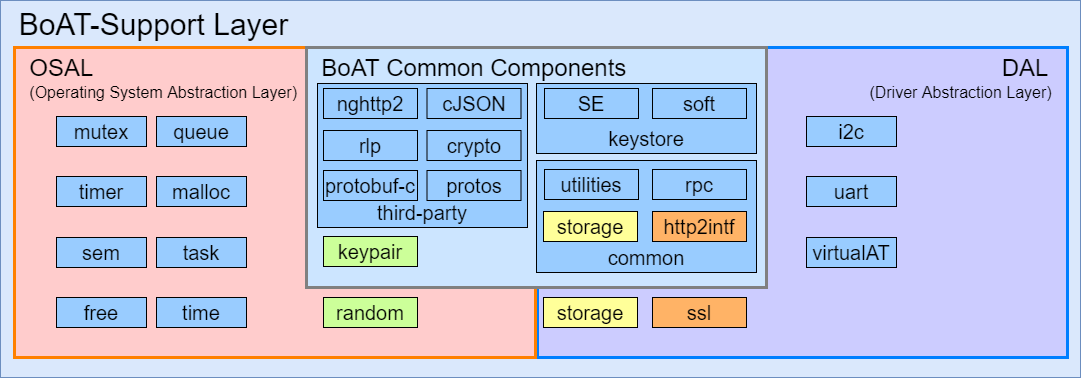
Above: docs/images/BoAT_Overall_Design_cn-F4-10-BoAT-SupportLayer.png in phengao/hello-world (draw.io), before the change. Source tidied: cells renumbered, new cells last; positions are measured from the earlier drawing's top-left corner, leaving out a move shared by most shapes. The source it was exported from:
```xml
<mxGraphModel>
  <root>
    <mxCell id="0" />
    <mxCell id="1" parent="0" />
    <mxCell id="2" value="&amp;nbsp; BoAT-Support Layer" style="rounded=0;whiteSpace=wrap;html=1;rotation=0;fillColor=#dae8fc;strokeColor=#6c8ebf;verticalAlign=top;fontSize=30;align=left;" parent="1" vertex="1">
      <mxGeometry width="1080" height="377" as="geometry" />
    </mxCell>
    <mxCell id="3" value="mutex" style="rounded=0;whiteSpace=wrap;html=1;fillColor=#99CCFF;align=center;fontSize=20;" parent="1" vertex="1">
      <mxGeometry x="56" y="116" width="90" height="30" as="geometry" />
    </mxCell>
    <mxCell id="4" value="queue" style="rounded=0;whiteSpace=wrap;html=1;fillColor=#99CCFF;align=center;fontSize=20;" parent="1" vertex="1">
      <mxGeometry x="156" y="116" width="90" height="30" as="geometry" />
    </mxCell>
    <mxCell id="5" value="sem" style="rounded=0;whiteSpace=wrap;html=1;fillColor=#99CCFF;align=center;fontSize=20;" parent="1" vertex="1">
      <mxGeometry x="56" y="220" width="90" height="30" as="geometry" />
    </mxCell>
    <mxCell id="6" value="task" style="rounded=0;whiteSpace=wrap;html=1;fillColor=#99CCFF;align=center;fontSize=20;" parent="1" vertex="1">
      <mxGeometry x="156" y="220" width="90" height="30" as="geometry" />
    </mxCell>
    <mxCell id="7" value="timer" style="rounded=0;whiteSpace=wrap;html=1;fillColor=#99CCFF;align=center;fontSize=20;" parent="1" vertex="1">
      <mxGeometry x="56" y="166" width="90" height="30" as="geometry" />
    </mxCell>
    <mxCell id="8" value="malloc" style="rounded=0;whiteSpace=wrap;html=1;fillColor=#99CCFF;align=center;fontSize=20;" parent="1" vertex="1">
      <mxGeometry x="156" y="166" width="90" height="30" as="geometry" />
    </mxCell>
    <mxCell id="9" value="free" style="rounded=0;whiteSpace=wrap;html=1;fillColor=#99CCFF;align=center;fontSize=20;" parent="1" vertex="1">
      <mxGeometry x="56" y="270" width="90" height="30" as="geometry" />
    </mxCell>
    <mxCell id="10" value="random" style="rounded=0;whiteSpace=wrap;html=1;fillColor=#CCFF99;align=center;fontSize=20;" parent="1" vertex="1">
      <mxGeometry x="156" y="270" width="90" height="30" as="geometry" />
    </mxCell>
    <mxCell id="11" value="time" style="rounded=0;whiteSpace=wrap;html=1;fillColor=#99CCFF;align=center;fontSize=20;" parent="1" vertex="1">
      <mxGeometry x="156" y="316.1" width="90" height="30" as="geometry" />
    </mxCell>
    <mxCell id="12" style="group;fontSize=16;" parent="1" vertex="1">
      <mxGeometry x="306" y="47" width="460" height="220" as="geometry" />
    </mxCell>
    <mxCell id="13" value="BoAT Common Components" style="rounded=0;whiteSpace=wrap;html=1;rotation=0;fillColor=#CCE5FF;strokeColor=#6c8ebf;verticalAlign=bottom;fontSize=16;" parent="12" vertex="1">
      <mxGeometry width="460" height="220" as="geometry" />
    </mxCell>
    <mxCell id="14" value="keypair" style="rounded=0;whiteSpace=wrap;html=1;fillColor=#CCFF99;align=center;fontSize=16;" parent="12" vertex="1">
      <mxGeometry x="11" y="189" width="94" height="30" as="geometry" />
    </mxCell>
    <mxCell id="15" style="group;fontSize=16;" parent="12" vertex="1">
      <mxGeometry x="11" y="36" width="210" height="141" as="geometry" />
    </mxCell>
    <mxCell id="16" value="third-party" style="rounded=0;whiteSpace=wrap;html=1;fillColor=#99CCFF;align=center;verticalAlign=bottom;fontSize=16;" parent="15" vertex="1">
      <mxGeometry width="210" height="141" as="geometry" />
    </mxCell>
    <mxCell id="17" value="cJSON" style="rounded=0;whiteSpace=wrap;html=1;fillColor=#99CCFF;align=center;fontSize=16;" parent="15" vertex="1">
      <mxGeometry x="109.5" y="5" width="94" height="30" as="geometry" />
    </mxCell>
    <mxCell id="18" value="nghttp2" style="rounded=0;whiteSpace=wrap;html=1;fillColor=#99CCFF;align=center;fontSize=16;" parent="15" vertex="1">
      <mxGeometry x="6" y="5" width="94" height="30" as="geometry" />
    </mxCell>
    <mxCell id="19" value="rlp" style="rounded=0;whiteSpace=wrap;html=1;fillColor=#99CCFF;align=center;fontSize=16;" parent="15" vertex="1">
      <mxGeometry x="6" y="47" width="94" height="30" as="geometry" />
    </mxCell>
    <mxCell id="20" value="crypto" style="rounded=0;whiteSpace=wrap;html=1;fillColor=#99CCFF;align=center;fontSize=16;" parent="15" vertex="1">
      <mxGeometry x="109.5" y="47" width="94" height="30" as="geometry" />
    </mxCell>
    <mxCell id="21" value="protobuf-c" style="rounded=0;whiteSpace=wrap;html=1;fillColor=#99CCFF;align=center;fontSize=16;" parent="15" vertex="1">
      <mxGeometry x="6" y="87" width="94" height="30" as="geometry" />
    </mxCell>
    <mxCell id="22" value="protos" style="rounded=0;whiteSpace=wrap;html=1;fillColor=#99CCFF;align=center;fontSize=16;" parent="15" vertex="1">
      <mxGeometry x="109.5" y="87" width="94" height="30" as="geometry" />
    </mxCell>
    <mxCell id="23" style="group;fontSize=16;" parent="12" vertex="1">
      <mxGeometry x="230" y="119" width="212" height="98" as="geometry" />
    </mxCell>
    <mxCell id="24" value="common" style="rounded=0;whiteSpace=wrap;html=1;fillColor=#99CCFF;align=center;verticalAlign=bottom;fontSize=16;" parent="23" vertex="1">
      <mxGeometry width="212" height="98" as="geometry" />
    </mxCell>
    <mxCell id="25" value="http2intf" style="rounded=0;whiteSpace=wrap;html=1;fillColor=#FFB366;align=center;fontSize=16;" parent="23" vertex="1">
      <mxGeometry x="7" y="10" width="94" height="30" as="geometry" />
    </mxCell>
    <mxCell id="26" value="rpc" style="rounded=0;whiteSpace=wrap;html=1;fillColor=#99CCFF;align=center;fontSize=16;" parent="23" vertex="1">
      <mxGeometry x="109" y="10" width="94" height="30" as="geometry" />
    </mxCell>
    <mxCell id="27" value="storage" style="rounded=0;whiteSpace=wrap;html=1;fillColor=#FFFF99;align=center;fontSize=16;" parent="23" vertex="1">
      <mxGeometry x="7" y="50" width="94" height="30" as="geometry" />
    </mxCell>
    <mxCell id="28" value="utilities" style="rounded=0;whiteSpace=wrap;html=1;fillColor=#99CCFF;align=center;fontSize=16;" parent="23" vertex="1">
      <mxGeometry x="109" y="50" width="94" height="30" as="geometry" />
    </mxCell>
    <mxCell id="29" style="group;fontSize=16;" parent="12" vertex="1">
      <mxGeometry x="230" y="36" width="220" height="60" as="geometry" />
    </mxCell>
    <mxCell id="30" value="keystore" style="rounded=0;whiteSpace=wrap;html=1;fillColor=#99CCFF;align=center;verticalAlign=bottom;fontSize=16;" parent="29" vertex="1">
      <mxGeometry width="220" height="60" as="geometry" />
    </mxCell>
    <mxCell id="31" value="SE" style="rounded=0;whiteSpace=wrap;html=1;fillColor=#99CCFF;align=center;fontSize=16;" parent="29" vertex="1">
      <mxGeometry x="15" y="10" width="94" height="30" as="geometry" />
    </mxCell>
    <mxCell id="32" value="soft" style="rounded=0;whiteSpace=wrap;html=1;fillColor=#99CCFF;align=center;fontSize=16;" parent="29" vertex="1">
      <mxGeometry x="116" y="10" width="94" height="30" as="geometry" />
    </mxCell>
    <mxCell id="33" value="&lt;font style=&quot;font-size: 24px;&quot;&gt;DAL&lt;/font&gt;&lt;font style=&quot;&quot;&gt;&lt;span style=&quot;font-size: 20px;&quot;&gt;&amp;nbsp; &amp;nbsp;&lt;/span&gt;&lt;br&gt;&lt;font style=&quot;font-size: 16px;&quot;&gt;(Driver Abstraction Layer)&amp;nbsp; &amp;nbsp;&lt;/font&gt;&lt;/font&gt;" style="rounded=0;whiteSpace=wrap;html=1;rotation=0;fillColor=#CCCCFF;strokeColor=#007FFF;verticalAlign=top;fontSize=16;strokeWidth=3;align=right;" parent="1" vertex="1">
      <mxGeometry x="537" y="47" width="530" height="310" as="geometry" />
    </mxCell>
    <mxCell id="34" value="uart" style="rounded=0;whiteSpace=wrap;html=1;fillColor=#99CCFF;align=center;fontSize=20;" parent="1" vertex="1">
      <mxGeometry x="806" y="176" width="90" height="30" as="geometry" />
    </mxCell>
    <mxCell id="35" value="i2c" style="rounded=0;whiteSpace=wrap;html=1;fillColor=#99CCFF;align=center;fontSize=20;" parent="1" vertex="1">
      <mxGeometry x="806" y="116" width="90" height="30" as="geometry" />
    </mxCell>
    <mxCell id="36" value="virtualAT" style="rounded=0;whiteSpace=wrap;html=1;fillColor=#99CCFF;align=center;fontSize=20;" parent="1" vertex="1">
      <mxGeometry x="806" y="237" width="90" height="30" as="geometry" />
    </mxCell>
    <mxCell id="37" value="&lt;font style=&quot;&quot;&gt;&lt;font style=&quot;font-size: 24px;&quot;&gt;&amp;nbsp; OSAL&amp;nbsp;&lt;/font&gt;&lt;br&gt;&lt;font style=&quot;font-size: 16px;&quot;&gt;&amp;nbsp; &amp;nbsp;(Operating System Abstraction Layer)&lt;/font&gt;&lt;/font&gt;" style="rounded=0;whiteSpace=wrap;html=1;rotation=0;fillColor=#FFCCCC;strokeColor=#FF8000;verticalAlign=top;fontSize=16;strokeWidth=3;align=left;" parent="1" vertex="1">
      <mxGeometry x="14" y="47" width="521" height="310" as="geometry" />
    </mxCell>
    <mxCell id="38" value="mutex" style="rounded=0;whiteSpace=wrap;html=1;fillColor=#99CCFF;align=center;fontSize=20;" parent="1" vertex="1">
      <mxGeometry x="56" y="116" width="90" height="30" as="geometry" />
    </mxCell>
    <mxCell id="39" value="queue" style="rounded=0;whiteSpace=wrap;html=1;fillColor=#99CCFF;align=center;fontSize=20;" parent="1" vertex="1">
      <mxGeometry x="156" y="116" width="90" height="30" as="geometry" />
    </mxCell>
    <mxCell id="40" value="sem" style="rounded=0;whiteSpace=wrap;html=1;fillColor=#99CCFF;align=center;fontSize=20;" parent="1" vertex="1">
      <mxGeometry x="56" y="237" width="90" height="30" as="geometry" />
    </mxCell>
    <mxCell id="41" value="task" style="rounded=0;whiteSpace=wrap;html=1;fillColor=#99CCFF;align=center;fontSize=20;" parent="1" vertex="1">
      <mxGeometry x="156" y="237" width="90" height="30" as="geometry" />
    </mxCell>
    <mxCell id="42" value="timer" style="rounded=0;whiteSpace=wrap;html=1;fillColor=#99CCFF;align=center;fontSize=20;" parent="1" vertex="1">
      <mxGeometry x="56" y="176" width="90" height="30" as="geometry" />
    </mxCell>
    <mxCell id="43" value="malloc" style="rounded=0;whiteSpace=wrap;html=1;fillColor=#99CCFF;align=center;fontSize=20;" parent="1" vertex="1">
      <mxGeometry x="156" y="176" width="90" height="30" as="geometry" />
    </mxCell>
    <mxCell id="44" value="free" style="rounded=0;whiteSpace=wrap;html=1;fillColor=#99CCFF;align=center;fontSize=20;" parent="1" vertex="1">
      <mxGeometry x="56" y="297" width="90" height="30" as="geometry" />
    </mxCell>
    <mxCell id="45" value="time" style="rounded=0;whiteSpace=wrap;html=1;fillColor=#99CCFF;align=center;fontSize=20;" parent="1" vertex="1">
      <mxGeometry x="156" y="297" width="90" height="30" as="geometry" />
    </mxCell>
    <mxCell id="46" value="&lt;font style=&quot;font-size: 24px;&quot;&gt;&amp;nbsp; BoAT Common Components&lt;/font&gt;" style="rounded=0;whiteSpace=wrap;html=1;rotation=0;fillColor=#CCE5FF;strokeColor=#808080;verticalAlign=top;fontSize=22;strokeWidth=3;align=left;" parent="1" vertex="1">
      <mxGeometry x="306" y="47" width="460" height="240" as="geometry" />
    </mxCell>
    <mxCell id="47" value="keypair" style="rounded=0;whiteSpace=wrap;html=1;fillColor=#CCFF99;align=center;fontSize=20;" parent="1" vertex="1">
      <mxGeometry x="323" y="236" width="94" height="30" as="geometry" />
    </mxCell>
    <mxCell id="48" value="ssl" style="rounded=0;whiteSpace=wrap;html=1;fillColor=#FFB366;align=center;fontSize=20;" parent="1" vertex="1">
      <mxGeometry x="652" y="297" width="94" height="30" as="geometry" />
    </mxCell>
    <mxCell id="49" value="storage" style="rounded=0;whiteSpace=wrap;html=1;fillColor=#FFFF99;align=center;fontSize=20;" parent="1" vertex="1">
      <mxGeometry x="543" y="297" width="94" height="30" as="geometry" />
    </mxCell>
    <mxCell id="50" value="third-party" style="rounded=0;whiteSpace=wrap;html=1;fillColor=#99CCFF;align=center;verticalAlign=bottom;fontSize=20;" parent="1" vertex="1">
      <mxGeometry x="317" y="83" width="210" height="144" as="geometry" />
    </mxCell>
    <mxCell id="51" value="cJSON" style="rounded=0;whiteSpace=wrap;html=1;fillColor=#99CCFF;align=center;fontSize=20;" parent="1" vertex="1">
      <mxGeometry x="426.5" y="88" width="94" height="30" as="geometry" />
    </mxCell>
    <mxCell id="52" value="nghttp2" style="rounded=0;whiteSpace=wrap;html=1;fillColor=#99CCFF;align=center;fontSize=20;" parent="1" vertex="1">
      <mxGeometry x="323" y="88" width="94" height="30" as="geometry" />
    </mxCell>
    <mxCell id="53" value="rlp" style="rounded=0;whiteSpace=wrap;html=1;fillColor=#99CCFF;align=center;fontSize=20;" parent="1" vertex="1">
      <mxGeometry x="323" y="130" width="94" height="30" as="geometry" />
    </mxCell>
    <mxCell id="54" value="crypto" style="rounded=0;whiteSpace=wrap;html=1;fillColor=#99CCFF;align=center;fontSize=20;" parent="1" vertex="1">
      <mxGeometry x="426.5" y="130" width="94" height="30" as="geometry" />
    </mxCell>
    <mxCell id="55" value="protobuf-c" style="rounded=0;whiteSpace=wrap;html=1;fillColor=#99CCFF;align=center;fontSize=20;" parent="1" vertex="1">
      <mxGeometry x="323" y="170" width="94" height="30" as="geometry" />
    </mxCell>
    <mxCell id="56" value="protos" style="rounded=0;whiteSpace=wrap;html=1;fillColor=#99CCFF;align=center;fontSize=20;" parent="1" vertex="1">
      <mxGeometry x="426.5" y="170" width="94" height="30" as="geometry" />
    </mxCell>
    <mxCell id="57" value="&lt;font style=&quot;font-size: 20px;&quot;&gt;keystore&lt;/font&gt;" style="rounded=0;whiteSpace=wrap;html=1;fillColor=#99CCFF;align=center;verticalAlign=bottom;fontSize=20;" parent="1" vertex="1">
      <mxGeometry x="536" y="83" width="220" height="70" as="geometry" />
    </mxCell>
    <mxCell id="58" value="SE" style="rounded=0;whiteSpace=wrap;html=1;fillColor=#99CCFF;align=center;fontSize=20;" parent="1" vertex="1">
      <mxGeometry x="544" y="88" width="94" height="30" as="geometry" />
    </mxCell>
    <mxCell id="59" value="soft" style="rounded=0;whiteSpace=wrap;html=1;fillColor=#99CCFF;align=center;fontSize=20;" parent="1" vertex="1">
      <mxGeometry x="652" y="88" width="94" height="30" as="geometry" />
    </mxCell>
    <mxCell id="60" value="&lt;font style=&quot;font-size: 20px;&quot;&gt;common&lt;/font&gt;" style="rounded=0;whiteSpace=wrap;html=1;fillColor=#99CCFF;align=center;verticalAlign=bottom;fontSize=20;" parent="1" vertex="1">
      <mxGeometry x="536" y="160" width="220" height="112" as="geometry" />
    </mxCell>
    <mxCell id="61" value="utilities" style="rounded=0;whiteSpace=wrap;html=1;fillColor=#99CCFF;align=center;fontSize=20;" parent="1" vertex="1">
      <mxGeometry x="544" y="169" width="94" height="30" as="geometry" />
    </mxCell>
    <mxCell id="62" value="storage" style="rounded=0;whiteSpace=wrap;html=1;fillColor=#FFFF99;align=center;fontSize=20;" parent="1" vertex="1">
      <mxGeometry x="543" y="211" width="94" height="30" as="geometry" />
    </mxCell>
    <mxCell id="63" value="http2intf" style="rounded=0;whiteSpace=wrap;html=1;fillColor=#FFB366;align=center;fontSize=20;" parent="1" vertex="1">
      <mxGeometry x="652" y="211" width="94" height="30" as="geometry" />
    </mxCell>
    <mxCell id="64" value="rpc" style="rounded=0;whiteSpace=wrap;html=1;fillColor=#99CCFF;align=center;fontSize=20;" parent="1" vertex="1">
      <mxGeometry x="652" y="169" width="94" height="30" as="geometry" />
    </mxCell>
    <mxCell id="65" value="random" style="rounded=0;whiteSpace=wrap;html=1;fillColor=#CCFF99;align=center;fontSize=20;" parent="1" vertex="1">
      <mxGeometry x="323" y="297" width="94" height="30" as="geometry" />
    </mxCell>
  </root>
</mxGraphModel>
```
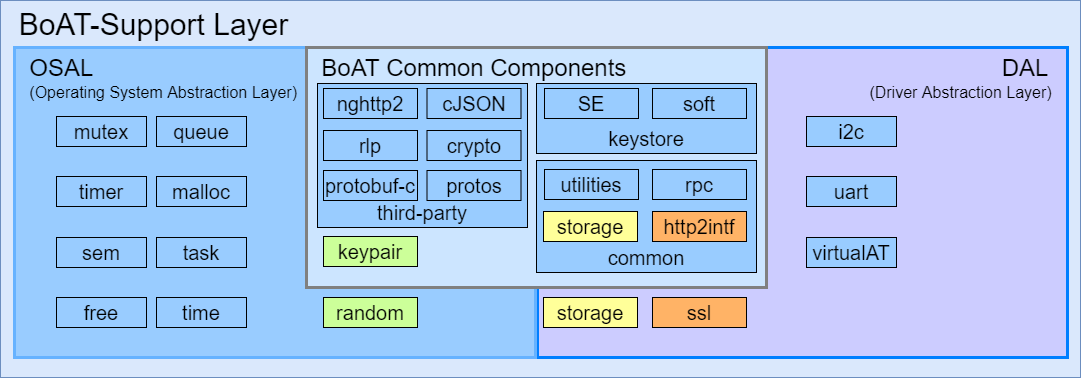
Later version of the same file.

The edit, as a diff of the source:
```diff
@@ -107,7 +107,7 @@
     <mxCell id="36" value="virtualAT" style="rounded=0;whiteSpace=wrap;html=1;fillColor=#99CCFF;align=center;fontSize=20;" parent="1" vertex="1">
       <mxGeometry x="806" y="237" width="90" height="30" as="geometry" />
     </mxCell>
-    <mxCell id="37" value="&lt;font style=&quot;&quot;&gt;&lt;font style=&quot;font-size: 24px;&quot;&gt;&amp;nbsp; OSAL&amp;nbsp;&lt;/font&gt;&lt;br&gt;&lt;font style=&quot;font-size: 16px;&quot;&gt;&amp;nbsp; &amp;nbsp;(Operating System Abstraction Layer)&lt;/font&gt;&lt;/font&gt;" style="rounded=0;whiteSpace=wrap;html=1;rotation=0;fillColor=#FFCCCC;strokeColor=#FF8000;verticalAlign=top;fontSize=16;strokeWidth=3;align=left;" parent="1" vertex="1">
+    <mxCell id="37" value="&lt;font style=&quot;&quot;&gt;&lt;font style=&quot;font-size: 24px;&quot;&gt;&amp;nbsp; OSAL&amp;nbsp;&lt;/font&gt;&lt;br&gt;&lt;font style=&quot;font-size: 16px;&quot;&gt;&amp;nbsp; &amp;nbsp;(Operating System Abstraction Layer)&lt;/font&gt;&lt;/font&gt;" style="rounded=0;whiteSpace=wrap;html=1;rotation=0;fillColor=#99CCFF;strokeColor=#66B2FF;verticalAlign=top;fontSize=16;strokeWidth=3;align=left;" parent="1" vertex="1">
       <mxGeometry x="14" y="47" width="521" height="310" as="geometry" />
     </mxCell>
     <mxCell id="38" value="mutex" style="rounded=0;whiteSpace=wrap;html=1;fillColor=#99CCFF;align=center;fontSize=20;" parent="1" vertex="1">
```
